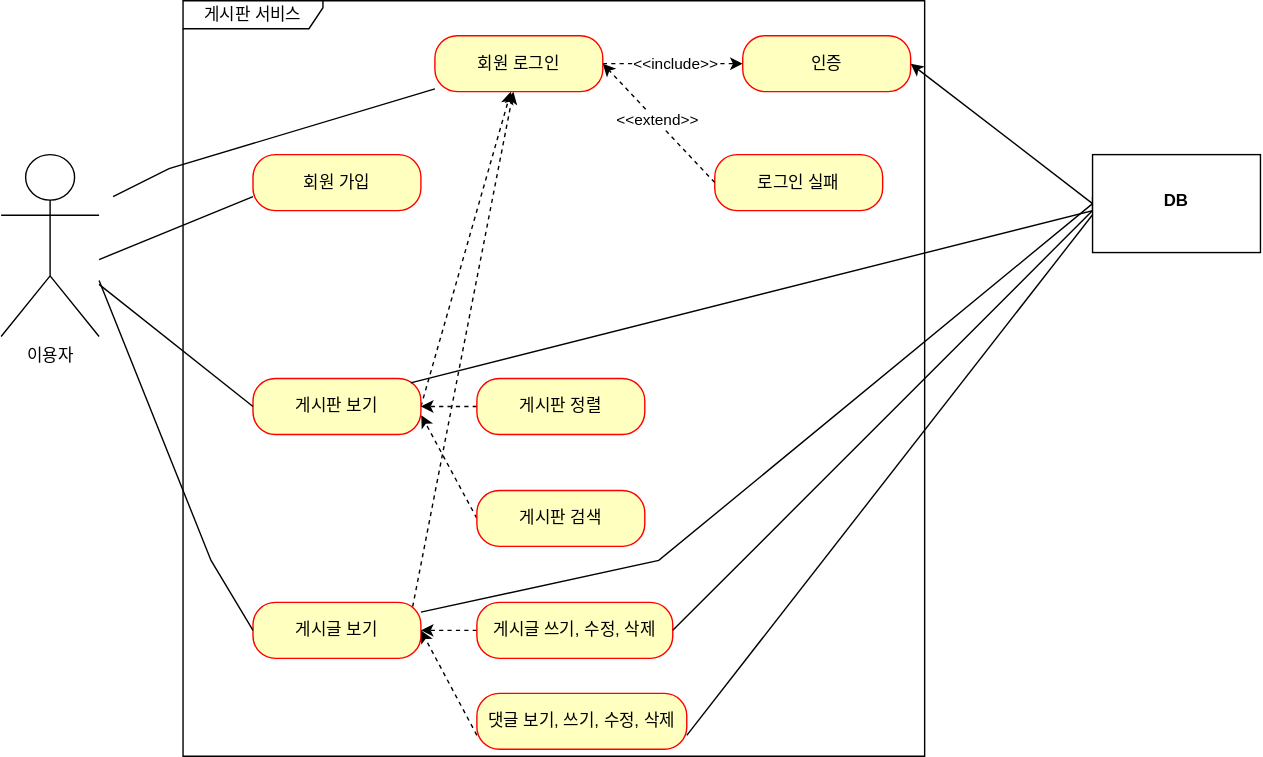
This is document/use-case.drawio.svg from devcys22/fastcampus-board, a draw.io export, as it was before one commit. Source tidied: cells renumbered, new cells last; positions are measured from the earlier drawing's top-left corner, leaving out a move shared by most shapes. The source it was exported from:
```xml
<mxGraphModel>
  <root>
    <mxCell id="0" />
    <mxCell id="1" parent="0" />
    <mxCell id="2" value="이용자" style="shape=umlActor;verticalLabelPosition=bottom;verticalAlign=top;html=1;outlineConnect=0;" parent="1" vertex="1">
      <mxGeometry y="110" width="70" height="130" as="geometry" />
    </mxCell>
    <mxCell id="3" value="게시판 서비스" style="shape=umlFrame;whiteSpace=wrap;html=1;width=100;height=20;" parent="1" vertex="1">
      <mxGeometry x="130" width="530" height="540" as="geometry" />
    </mxCell>
    <mxCell id="4" style="orthogonalLoop=1;jettySize=auto;html=1;endArrow=none;endFill=0;rounded=0;" parent="1" edge="1">
      <mxGeometry relative="1" as="geometry">
        <mxPoint x="180" y="140" as="sourcePoint" />
        <mxPoint x="70" y="185" as="targetPoint" />
      </mxGeometry>
    </mxCell>
    <mxCell id="5" value="회원 가입" style="rounded=1;whiteSpace=wrap;html=1;arcSize=40;fontColor=#000000;fillColor=#ffffc0;strokeColor=#ff0000;" parent="1" vertex="1">
      <mxGeometry x="180" y="110" width="120" height="40" as="geometry" />
    </mxCell>
    <mxCell id="6" style="rounded=0;jettySize=auto;html=1;exitX=1;exitY=0.5;exitDx=0;exitDy=0;dashed=1;" parent="1" edge="1" source="7" target="13">
      <mxGeometry relative="1" as="geometry" />
    </mxCell>
    <mxCell id="7" value="게시판 보기" style="rounded=1;whiteSpace=wrap;html=1;arcSize=40;fontColor=#000000;fillColor=#ffffc0;strokeColor=#ff0000;" parent="1" vertex="1">
      <mxGeometry x="180" y="270" width="120" height="40" as="geometry" />
    </mxCell>
    <mxCell id="8" style="rounded=0;jettySize=auto;html=1;exitX=0.951;exitY=0.077;exitDx=0;exitDy=0;dashed=1;exitPerimeter=0;" parent="1" edge="1" source="9" target="13">
      <mxGeometry relative="1" as="geometry" />
    </mxCell>
    <mxCell id="9" value="게시글 보기" style="rounded=1;whiteSpace=wrap;html=1;arcSize=40;fontColor=#000000;fillColor=#ffffc0;strokeColor=#ff0000;" parent="1" vertex="1">
      <mxGeometry x="180" y="430" width="120" height="40" as="geometry" />
    </mxCell>
    <mxCell id="10" style="rounded=0;jettySize=auto;html=1;endArrow=none;endFill=0;" parent="1" edge="1" source="13">
      <mxGeometry relative="1" as="geometry">
        <mxPoint x="80" y="140" as="targetPoint" />
        <Array as="points">
          <mxPoint x="120" y="120" />
        </Array>
      </mxGeometry>
    </mxCell>
    <mxCell id="11" style="edgeStyle=orthogonalEdgeStyle;rounded=0;jettySize=auto;html=1;entryX=0;entryY=0.5;entryDx=0;entryDy=0;dashed=1;" parent="1" edge="1" source="13" target="14">
      <mxGeometry relative="1" as="geometry" />
    </mxCell>
    <mxCell id="12" value="&amp;lt;&amp;lt;include&amp;gt;&amp;gt;" style="edgeLabel;html=1;align=center;verticalAlign=middle;" parent="11" vertex="1">
      <mxGeometry x="0.02" relative="1" as="geometry" />
    </mxCell>
    <mxCell id="13" value="회원 로그인" style="rounded=1;whiteSpace=wrap;html=1;arcSize=40;fontColor=#000000;fillColor=#ffffc0;strokeColor=#ff0000;" parent="1" vertex="1">
      <mxGeometry x="310" y="25" width="120" height="40" as="geometry" />
    </mxCell>
    <mxCell id="14" value="인증" style="rounded=1;whiteSpace=wrap;html=1;arcSize=40;fontColor=#000000;fillColor=#ffffc0;strokeColor=#ff0000;" parent="1" vertex="1">
      <mxGeometry x="530" y="25" width="120" height="40" as="geometry" />
    </mxCell>
    <mxCell id="15" style="rounded=0;jettySize=auto;html=1;exitX=0;exitY=0.75;exitDx=0;exitDy=0;dashed=1;" parent="1" edge="1" source="16">
      <mxGeometry relative="1" as="geometry">
        <mxPoint x="300" y="450" as="targetPoint" />
        <Array as="points">
          <mxPoint x="300" y="450" />
        </Array>
      </mxGeometry>
    </mxCell>
    <mxCell id="16" value="댓글 보기, 쓰기, 수정, 삭제" style="rounded=1;whiteSpace=wrap;html=1;arcSize=40;fontColor=#000000;fillColor=#ffffc0;strokeColor=#ff0000;" parent="1" vertex="1">
      <mxGeometry x="340" y="495" width="150" height="40" as="geometry" />
    </mxCell>
    <mxCell id="17" style="edgeStyle=orthogonalEdgeStyle;rounded=0;jettySize=auto;html=1;exitX=0;exitY=0.5;exitDx=0;exitDy=0;entryX=1;entryY=0.5;entryDx=0;entryDy=0;dashed=1;" parent="1" edge="1" source="18" target="9">
      <mxGeometry relative="1" as="geometry" />
    </mxCell>
    <mxCell id="18" value="게시글 쓰기, 수정, 삭제" style="rounded=1;whiteSpace=wrap;html=1;arcSize=40;fontColor=#000000;fillColor=#ffffc0;strokeColor=#ff0000;" parent="1" vertex="1">
      <mxGeometry x="340" y="430" width="140" height="40" as="geometry" />
    </mxCell>
    <mxCell id="19" style="rounded=0;jettySize=auto;html=1;exitX=0;exitY=0.5;exitDx=0;exitDy=0;entryX=1.002;entryY=0.655;entryDx=0;entryDy=0;entryPerimeter=0;dashed=1;" parent="1" edge="1" source="20" target="7">
      <mxGeometry relative="1" as="geometry" />
    </mxCell>
    <mxCell id="20" value="게시판 검색" style="rounded=1;whiteSpace=wrap;html=1;arcSize=40;fontColor=#000000;fillColor=#ffffc0;strokeColor=#ff0000;" parent="1" vertex="1">
      <mxGeometry x="340" y="350" width="120" height="40" as="geometry" />
    </mxCell>
    <mxCell id="21" style="edgeStyle=orthogonalEdgeStyle;rounded=0;jettySize=auto;html=1;exitX=0;exitY=0.5;exitDx=0;exitDy=0;entryX=1;entryY=0.5;entryDx=0;entryDy=0;dashed=1;" parent="1" edge="1" source="22" target="7">
      <mxGeometry relative="1" as="geometry" />
    </mxCell>
    <mxCell id="22" value="게시판 정렬" style="rounded=1;whiteSpace=wrap;html=1;arcSize=40;fontColor=#000000;fillColor=#ffffc0;strokeColor=#ff0000;" parent="1" vertex="1">
      <mxGeometry x="340" y="270" width="120" height="40" as="geometry" />
    </mxCell>
    <mxCell id="23" value="로그인 실패" style="rounded=1;whiteSpace=wrap;html=1;arcSize=40;fontColor=#000000;fillColor=#ffffc0;strokeColor=#ff0000;" parent="1" vertex="1">
      <mxGeometry x="510" y="110" width="120" height="40" as="geometry" />
    </mxCell>
    <mxCell id="24" style="rounded=0;jettySize=auto;html=1;endArrow=none;endFill=0;exitX=0;exitY=0.5;exitDx=0;exitDy=0;" parent="1" edge="1" source="7" target="2">
      <mxGeometry relative="1" as="geometry" />
    </mxCell>
    <mxCell id="25" style="rounded=0;jettySize=auto;html=1;endArrow=none;endFill=0;exitX=0;exitY=0.5;exitDx=0;exitDy=0;" parent="1" edge="1" source="9">
      <mxGeometry relative="1" as="geometry">
        <mxPoint x="70" y="200" as="targetPoint" />
        <Array as="points">
          <mxPoint x="150" y="400" />
          <mxPoint x="70" y="200" />
        </Array>
      </mxGeometry>
    </mxCell>
    <mxCell id="26" style="rounded=0;jettySize=auto;html=1;exitX=0;exitY=0.5;exitDx=0;exitDy=0;entryX=1;entryY=0.5;entryDx=0;entryDy=0;endArrow=classic;endFill=1;dashed=1;" parent="1" edge="1" source="23" target="13">
      <mxGeometry relative="1" as="geometry" />
    </mxCell>
    <mxCell id="27" value="&amp;lt;&amp;lt;extend&amp;gt;&amp;gt;" style="edgeLabel;html=1;align=center;verticalAlign=middle;" parent="26" vertex="1">
      <mxGeometry x="0.05" y="-1" relative="1" as="geometry" />
    </mxCell>
    <mxCell id="28" style="rounded=0;jettySize=auto;html=1;entryX=1;entryY=0.5;entryDx=0;entryDy=0;exitX=0;exitY=0.5;exitDx=0;exitDy=0;" parent="1" edge="1" source="33" target="14">
      <mxGeometry relative="1" as="geometry" />
    </mxCell>
    <mxCell id="29" style="rounded=0;jettySize=auto;html=1;endArrow=none;endFill=0;entryX=0.939;entryY=0.077;entryDx=0;entryDy=0;entryPerimeter=0;" parent="1" edge="1" source="33" target="7">
      <mxGeometry relative="1" as="geometry">
        <Array as="points">
          <mxPoint x="780" y="140" />
          <mxPoint x="780" y="150" />
        </Array>
      </mxGeometry>
    </mxCell>
    <mxCell id="30" style="rounded=0;jettySize=auto;html=1;entryX=1;entryY=0.5;entryDx=0;entryDy=0;endArrow=none;endFill=0;" parent="1" edge="1" source="33" target="18">
      <mxGeometry relative="1" as="geometry">
        <Array as="points">
          <mxPoint x="780" y="145" />
          <mxPoint x="790" y="140" />
        </Array>
      </mxGeometry>
    </mxCell>
    <mxCell id="31" style="rounded=0;jettySize=auto;html=1;entryX=1;entryY=0.75;entryDx=0;entryDy=0;endArrow=none;endFill=0;" parent="1" edge="1" target="16">
      <mxGeometry relative="1" as="geometry">
        <mxPoint x="780" y="153" as="sourcePoint" />
      </mxGeometry>
    </mxCell>
    <mxCell id="32" style="rounded=0;jettySize=auto;html=1;exitX=0;exitY=0.5;exitDx=0;exitDy=0;endArrow=none;endFill=0;" parent="1" edge="1" source="33" target="9">
      <mxGeometry relative="1" as="geometry">
        <Array as="points">
          <mxPoint x="470" y="400" />
        </Array>
      </mxGeometry>
    </mxCell>
    <mxCell id="33" value="&lt;p style=&quot;margin: 6px 0px 0px;&quot;&gt;&lt;b&gt;&lt;br&gt;&lt;/b&gt;&lt;/p&gt;&lt;p style=&quot;margin: 6px 0px 0px;&quot;&gt;&lt;b style=&quot;background-color: initial;&quot;&gt;DB&lt;/b&gt;&lt;br&gt;&lt;/p&gt;" style="align=center;overflow=fill;html=1;whiteSpace=wrap;" parent="1" vertex="1">
      <mxGeometry x="780" y="110" width="120" height="70" as="geometry" />
    </mxCell>
  </root>
</mxGraphModel>
```
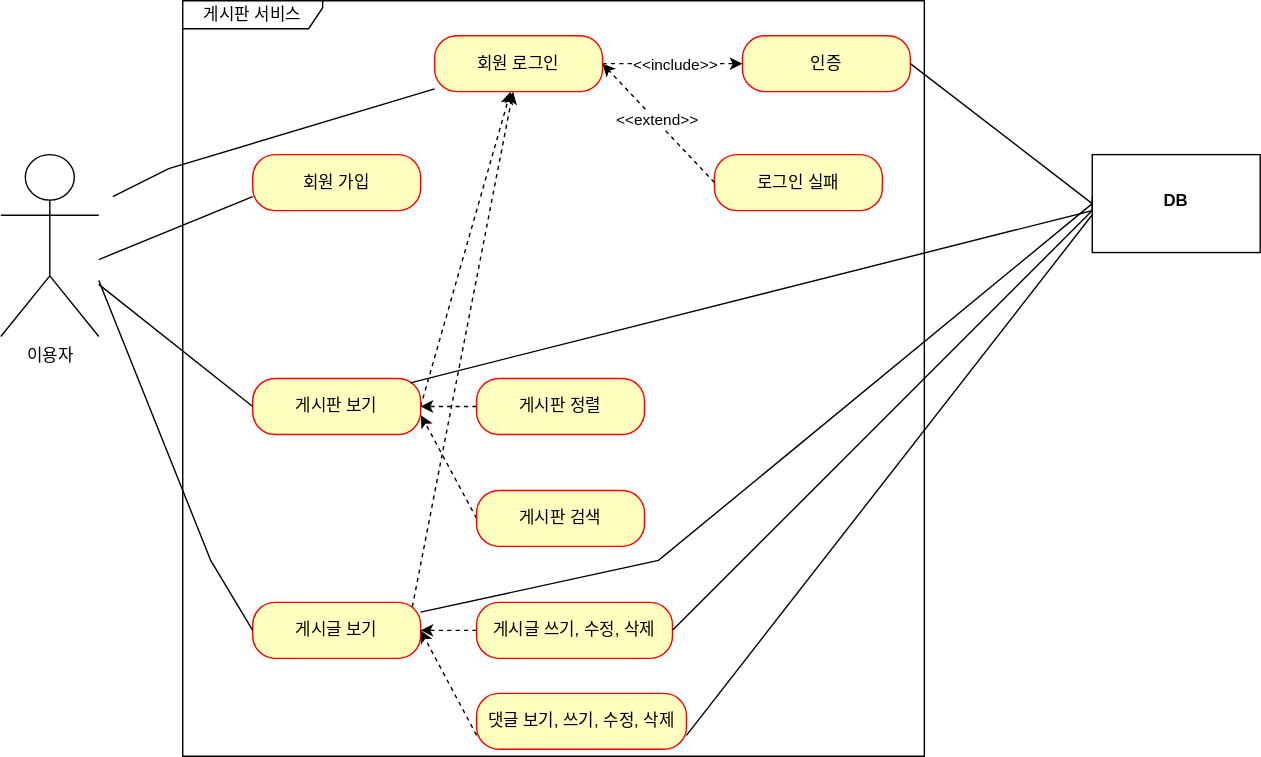
The same file after the commit.

Diff of the diagram source:
```diff
@@ -99,7 +99,7 @@
     <mxCell id="27" value="&amp;lt;&amp;lt;extend&amp;gt;&amp;gt;" style="edgeLabel;html=1;align=center;verticalAlign=middle;" parent="26" vertex="1">
       <mxGeometry x="0.05" y="-1" relative="1" as="geometry" />
     </mxCell>
-    <mxCell id="28" style="rounded=0;jettySize=auto;html=1;entryX=1;entryY=0.5;entryDx=0;entryDy=0;exitX=0;exitY=0.5;exitDx=0;exitDy=0;" parent="1" edge="1" source="33" target="14">
+    <mxCell id="28" style="rounded=0;jettySize=auto;html=1;entryX=1;entryY=0.5;entryDx=0;entryDy=0;exitX=0;exitY=0.5;exitDx=0;exitDy=0;endArrow=none;endFill=0;" parent="1" edge="1" source="33" target="14">
       <mxGeometry relative="1" as="geometry" />
     </mxCell>
     <mxCell id="29" style="rounded=0;jettySize=auto;html=1;endArrow=none;endFill=0;entryX=0.939;entryY=0.077;entryDx=0;entryDy=0;entryPerimeter=0;" parent="1" edge="1" source="33" target="7">
```
